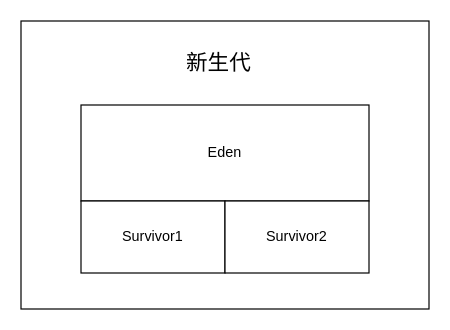
The draw.io diagram 架构笔记/从0开始带你成为JVM实战高手/019_"Stop the World”问题分析：JVM最让人无奈的痛点.drawio in childin/childin, before the edit. Source tidied: cells renumbered, new cells numbered last; positions are measured from the earlier drawing's top-left corner, leaving out a move shared by most shapes. Both pictures are drawn from the tidied source at 120%, with x=0, y=0 at pixel (20, 20).
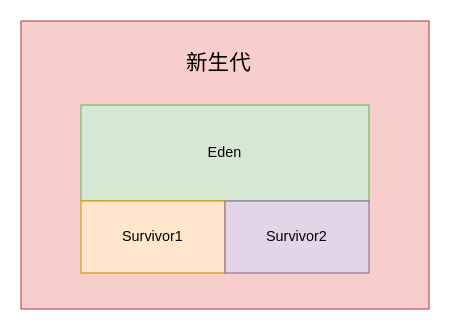
After the change.

Commit message (it also covers changes not shown here):
更新019_"Stop the World”问题分析：JVM最让人无奈的痛点.drawio

What changed in the source:
```diff
@@
 <mxGraphModel>
   <root>
     <mxCell id="0" />
     <mxCell id="1" parent="0" />
-    <mxCell id="2" style="rounded=0;whiteSpace=wrap;html=1;" parent="1" vertex="1">
+    <mxCell id="2" style="rounded=0;whiteSpace=wrap;html=1;fillColor=#f8cecc;strokeColor=#b85450;" parent="1" vertex="1">
       <mxGeometry width="340" height="240" as="geometry" />
     </mxCell>
-    <mxCell id="3" value="Eden" style="rounded=0;whiteSpace=wrap;html=1;" parent="1" vertex="1">
+    <mxCell id="3" value="Eden" style="rounded=0;whiteSpace=wrap;html=1;fillColor=#d5e8d4;strokeColor=#82b366;" parent="1" vertex="1">
       <mxGeometry x="50" y="70" width="240" height="80" as="geometry" />
     </mxCell>
-    <mxCell id="4" value="Survivor1" style="rounded=0;whiteSpace=wrap;html=1;" parent="1" vertex="1">
+    <mxCell id="4" value="Survivor1" style="rounded=0;whiteSpace=wrap;html=1;fillColor=#ffe6cc;strokeColor=#d79b00;" parent="1" vertex="1">
       <mxGeometry x="50" y="150" width="120" height="60" as="geometry" />
     </mxCell>
-    <mxCell id="5" value="Survivor2" style="rounded=0;whiteSpace=wrap;html=1;" parent="1" vertex="1">
+    <mxCell id="5" value="Survivor2" style="rounded=0;whiteSpace=wrap;html=1;fillColor=#e1d5e7;strokeColor=#9673a6;" parent="1" vertex="1">
       <mxGeometry x="170" y="150" width="120" height="60" as="geometry" />
     </mxCell>
     <mxCell id="6" value="新生代" style="text;html=1;strokeColor=none;fillColor=none;align=center;verticalAlign=middle;whiteSpace=wrap;rounded=0;fontStyle=0;fontSize=18;" parent="1" vertex="1">
       <mxGeometry x="130" y="20" width="70" height="30" as="geometry" />
     </mxCell>
   </root>
 </mxGraphModel>
```
